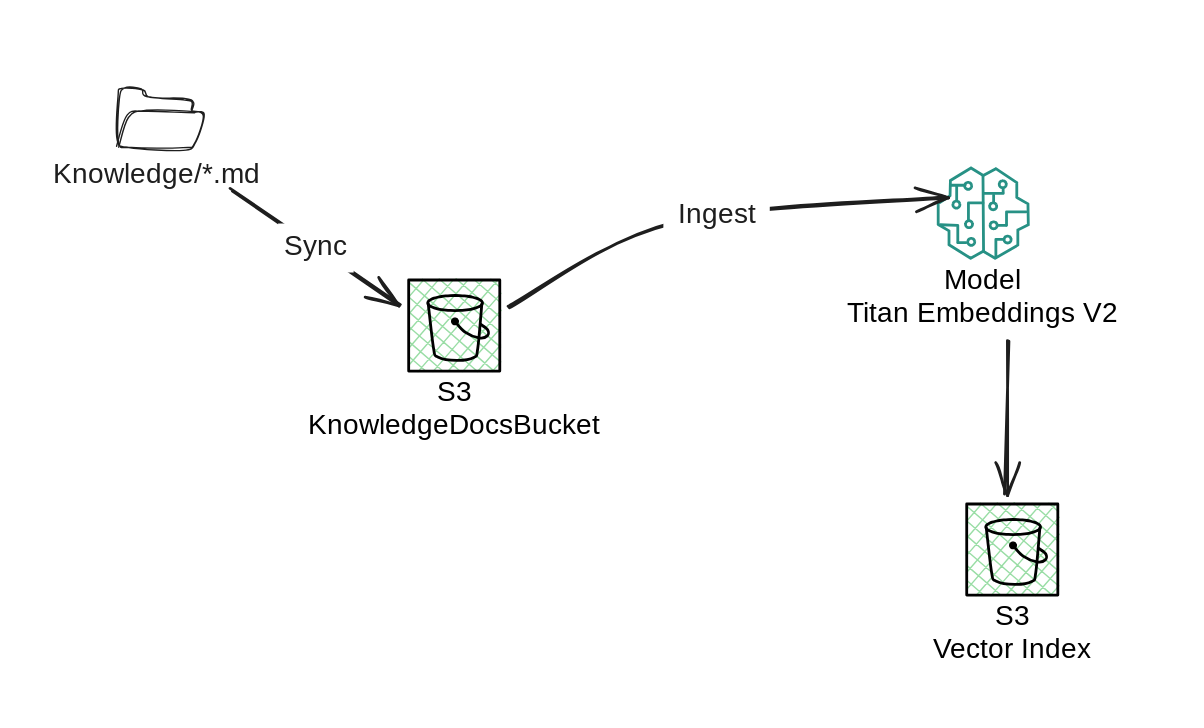
Earlier version of the Excalidraw export docs/diagrams/03-knowledge-indexing.svg (majidln/triage-desk-bedrock-serverless). Source tidied: one line per element, renumbered; positions are measured from the earlier drawing's top-left corner, leaving out a move shared by most shapes.
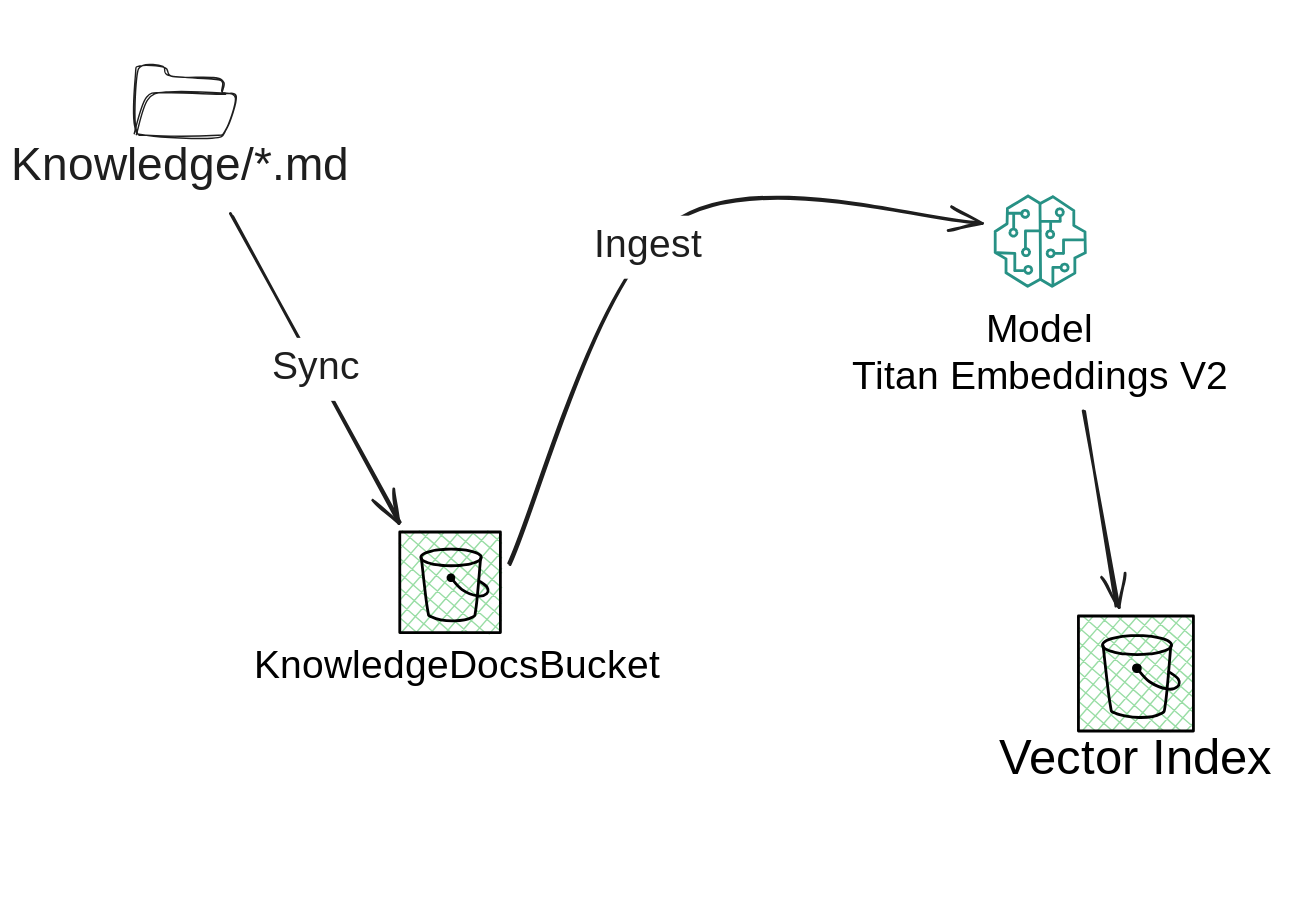
Later version of the same file.

Change to the diagram source:
```diff
@@ -1,44 +1,44 @@
-{"id": 0, "type": "ellipse", "strokeColor": "#1e1e1e", "strokeWidth": 1, "roughness": 1, "opacity": 0, "x": 55, "y": 40, "width": 117, "height": 117}
+{"id": 0, "type": "ellipse", "strokeColor": "#1e1e1e", "strokeWidth": 1, "roughness": 1, "opacity": 0, "x": 63, "y": 240, "width": 137, "height": 137}
-{"id": 1, "type": "text", "text": "Knowledge/*.md", "strokeColor": "#1e1e1e", "strokeWidth": 1, "roughness": 1, "fontSize": 20, "fontFamily": 1, "textAlign": "center", "x": 40, "y": 113, "width": 143, "height": 25}
+{"id": 1, "type": "text", "text": "Knowledge/*.md", "strokeColor": "#1e1e1e", "strokeWidth": 1, "roughness": 1, "fontSize": 32.8, "fontFamily": 1, "textAlign": "center", "x": 11, "y": 320, "width": 235, "height": 41}
-{"id": 2, "type": "line", "strokeColor": "#1e1e1e", "strokeWidth": 1, "roughness": 1, "round": true, "x": 85, "y": 105, "width": 54, "height": 25, "points": [[0, 0], [7, -21], [19, -25], [54, -24]]}
+{"id": 2, "type": "line", "strokeColor": "#1e1e1e", "strokeWidth": 1, "roughness": 1, "round": true, "x": 97, "y": 316, "width": 64, "height": 29, "points": [[0, 0], [8, -25], [22, -29], [64, -28]]}
-{"id": 3, "type": "line", "strokeColor": "#1e1e1e", "strokeWidth": 1, "roughness": 1, "round": true, "x": 138, "y": 80, "width": 61, "height": 43, "points": [[0, 0], [7, 3], [2, 23], [-7, 27], [-46, 27], [-54, 21], [-54, -10], [-51, -16], [-37, -17], [-32, -10], [-7, -10], [0, -7], [0, 0]]}
+{"id": 3, "type": "line", "strokeColor": "#1e1e1e", "strokeWidth": 1, "roughness": 1, "round": true, "x": 160, "y": 286, "width": 72, "height": 50, "points": [[0, 0], [8, 4], [2, 26], [-8, 31], [-54, 31], [-63, 24], [-64, -12], [-59, -19], [-43, -19], [-37, -11], [-8, -12], [0, -8], [0, 0]]}
-{"id": 4, "type": "rectangle", "strokeColor": "#000000", "backgroundColor": "#40c05788", "fillStyle": "cross-hatch", "strokeWidth": 2, "roughness": 0, "x": 292, "y": 200, "width": 65, "height": 65}
+{"id": 4, "type": "rectangle", "strokeColor": "#000000", "backgroundColor": "#40c05788", "fillStyle": "cross-hatch", "strokeWidth": 2, "roughness": 0, "x": 286, "y": 600, "width": 72, "height": 72}
-{"id": 5, "type": "ellipse", "strokeColor": "#000000", "strokeWidth": 2, "roughness": 0, "round": true, "x": 306, "y": 211, "width": 39, "height": 11}
+{"id": 5, "type": "ellipse", "strokeColor": "#000000", "strokeWidth": 2, "roughness": 0, "round": true, "x": 301, "y": 612, "width": 43, "height": 12}
-{"id": 6, "type": "line", "strokeColor": "#000000", "strokeWidth": 2, "roughness": 0, "round": true, "x": 306, "y": 217, "width": 38, "height": 40, "points": [[0, 0], [4, 32], [7, 38], [20, 40], [33, 38], [35, 32], [38, 0]]}
+{"id": 6, "type": "line", "strokeColor": "#000000", "strokeWidth": 2, "roughness": 0, "round": true, "x": 301, "y": 619, "width": 42, "height": 45, "points": [[0, 0], [4, 36], [7, 42], [22, 45], [36, 42], [39, 35], [42, 0]]}
-{"id": 7, "type": "ellipse", "strokeColor": "#000000", "backgroundColor": "#000", "fillStyle": "solid", "strokeWidth": 1, "roughness": 0, "round": true, "x": 323, "y": 227, "width": 5, "height": 5}
+{"id": 7, "type": "ellipse", "strokeColor": "#000000", "backgroundColor": "#000", "fillStyle": "solid", "strokeWidth": 1, "roughness": 0, "round": true, "x": 320, "y": 630, "width": 5, "height": 5}
-{"id": 8, "type": "line", "strokeColor": "#000000", "backgroundColor": "#000", "fillStyle": "solid", "strokeWidth": 2, "roughness": 0, "round": true, "x": 325, "y": 230, "width": 23, "height": 12, "points": [[0, 0], [7, 7], [17, 12], [23, 10], [23, 6], [18, 2]]}
+{"id": 8, "type": "line", "strokeColor": "#000000", "backgroundColor": "#000", "fillStyle": "solid", "strokeWidth": 2, "roughness": 0, "round": true, "x": 322, "y": 633, "width": 26, "height": 13, "points": [[0, 0], [8, 8], [19, 13], [25, 11], [26, 7], [20, 2]]}
-{"id": 9, "type": "text", "text": "S3\nKnowledgeDocsBucket", "strokeColor": "#000000", "strokeWidth": 1, "roughness": 1, "fontSize": 20, "fontFamily": 1, "textAlign": "center", "x": 220, "y": 269, "width": 209, "height": 48}
+{"id": 9, "type": "text", "text": "KnowledgeDocsBucket", "strokeColor": "#000000", "strokeWidth": 1, "roughness": 1, "fontSize": 28, "fontFamily": 1, "textAlign": "center", "x": 180, "y": 680, "width": 292, "height": 34}
-{"id": 10, "type": "arrow", "strokeColor": "#1e1e1e", "backgroundColor": "#ffc9c9", "fillStyle": "hachure", "strokeWidth": 2, "roughness": 1, "endArrowhead": "arrow", "round": true, "from": 0, "to": 4, "x": 165, "y": 136, "width": 121, "height": 83, "points": [[0, 0], [121, 83]]}
+{"id": 10, "type": "arrow", "strokeColor": "#1e1e1e", "backgroundColor": "#ffc9c9", "fillStyle": "hachure", "strokeWidth": 2, "roughness": 1, "endArrowhead": "arrow", "round": true, "from": 0, "to": 4, "x": 166, "y": 374, "width": 120, "height": 220, "points": [[0, 0], [120, 220]]}
-{"id": 11, "type": "text", "text": "Sync", "strokeColor": "#1e1e1e", "backgroundColor": "#ffc9c9", "fillStyle": "hachure", "strokeWidth": 2, "roughness": 1, "fontSize": 20, "fontFamily": 8, "textAlign": "center", "verticalAlign": "middle", "inside": 10, "x": 264, "y": 205, "width": 44, "height": 25}
+{"id": 11, "type": "text", "text": "Sync", "strokeColor": "#1e1e1e", "backgroundColor": "#ffc9c9", "fillStyle": "hachure", "strokeWidth": 2, "roughness": 1, "fontSize": 28, "fontFamily": 8, "textAlign": "center", "verticalAlign": "middle", "inside": 10, "x": 195, "y": 380, "width": 62, "height": 35}
-{"id": 12, "type": "rectangle", "strokeColor": "#000000", "backgroundColor": "#40c05788", "fillStyle": "cross-hatch", "strokeWidth": 2, "roughness": 0, "x": 691, "y": 360, "width": 65, "height": 65}
+{"id": 12, "type": "rectangle", "strokeColor": "#000000", "backgroundColor": "#40c05788", "fillStyle": "cross-hatch", "strokeWidth": 2, "roughness": 0, "x": 770, "y": 660, "width": 82, "height": 82}
-{"id": 13, "type": "ellipse", "strokeColor": "#000000", "strokeWidth": 2, "roughness": 0, "round": true, "x": 704, "y": 371, "width": 39, "height": 11}
+{"id": 13, "type": "ellipse", "strokeColor": "#000000", "strokeWidth": 2, "roughness": 0, "round": true, "x": 787, "y": 674, "width": 49, "height": 14}
-{"id": 14, "type": "line", "strokeColor": "#000000", "strokeWidth": 2, "roughness": 0, "round": true, "x": 704, "y": 377, "width": 38, "height": 40, "points": [[0, 0], [4, 32], [7, 38], [20, 40], [33, 38], [35, 32], [38, 0]]}
+{"id": 14, "type": "line", "strokeColor": "#000000", "strokeWidth": 2, "roughness": 0, "round": true, "x": 788, "y": 681, "width": 48, "height": 51, "points": [[0, 0], [5, 41], [9, 48], [26, 51], [41, 48], [45, 40], [48, 0]]}
-{"id": 15, "type": "ellipse", "strokeColor": "#000000", "backgroundColor": "#000", "fillStyle": "solid", "strokeWidth": 1, "roughness": 0, "round": true, "x": 721, "y": 387, "width": 5, "height": 5}
+{"id": 15, "type": "ellipse", "strokeColor": "#000000", "backgroundColor": "#000", "fillStyle": "solid", "strokeWidth": 1, "roughness": 0, "round": true, "x": 809, "y": 694, "width": 6, "height": 6}
-{"id": 16, "type": "line", "strokeColor": "#000000", "backgroundColor": "#000", "fillStyle": "solid", "strokeWidth": 2, "roughness": 0, "round": true, "x": 724, "y": 390, "width": 23, "height": 12, "points": [[0, 0], [7, 7], [17, 12], [23, 10], [23, 6], [18, 2]]}
+{"id": 16, "type": "line", "strokeColor": "#000000", "backgroundColor": "#000", "fillStyle": "solid", "strokeWidth": 2, "roughness": 0, "round": true, "x": 812, "y": 698, "width": 29, "height": 15, "points": [[0, 0], [9, 9], [21, 15], [29, 13], [29, 7], [23, 2]]}
-{"id": 17, "type": "text", "text": "S3\nVector Index", "strokeColor": "#000000", "strokeWidth": 1, "roughness": 1, "fontSize": 20, "fontFamily": 1, "textAlign": "center", "x": 660, "y": 429, "width": 126, "height": 48}
+{"id": 17, "type": "text", "text": "\nVector Index", "strokeColor": "#000000", "strokeWidth": 1, "roughness": 1, "fontSize": 35.34, "fontFamily": 1, "textAlign": "center", "x": 700, "y": 700, "width": 223, "height": 85}
-{"id": 18, "type": "line", "strokeColor": "#279185", "strokeWidth": 2, "roughness": 0, "x": 679, "y": 129, "width": 64, "height": 65, "points": [[0, 0], [15, -9], [23, -4], [32, -8], [47, 1], [47, 12], [55, 17], [56, 32], [48, 35], [48, 46], [32, 56], [23, 50], [14, 56], [-1, 46], [-1, 36], [-9, 31], [-9, 16], [0, 11], [0, 0]]}
+{"id": 18, "type": "line", "strokeColor": "#279185", "strokeWidth": 2, "roughness": 0, "x": 720, "y": 369, "width": 64, "height": 65, "points": [[0, 0], [15, -9], [23, -4], [32, -8], [47, 1], [47, 12], [55, 17], [56, 32], [48, 35], [48, 46], [32, 56], [23, 50], [14, 56], [-1, 46], [-1, 36], [-9, 31], [-9, 16], [0, 11], [0, 0]]}
-{"id": 19, "type": "ellipse", "strokeColor": "#279185", "strokeWidth": 2, "roughness": 0, "x": 714, "y": 129, "width": 5, "height": 5}
+{"id": 19, "type": "ellipse", "strokeColor": "#279185", "strokeWidth": 2, "roughness": 0, "x": 754, "y": 369, "width": 5, "height": 5}
-{"id": 20, "type": "ellipse", "strokeColor": "#279185", "strokeWidth": 2, "roughness": 0, "x": 707, "y": 145, "width": 5, "height": 5}
+{"id": 20, "type": "ellipse", "strokeColor": "#279185", "strokeWidth": 2, "roughness": 0, "x": 748, "y": 385, "width": 5, "height": 5}
-{"id": 21, "type": "ellipse", "strokeColor": "#279185", "strokeWidth": 2, "roughness": 0, "x": 717, "y": 169, "width": 5, "height": 5}
+{"id": 21, "type": "ellipse", "strokeColor": "#279185", "strokeWidth": 2, "roughness": 0, "x": 758, "y": 409, "width": 5, "height": 5}
-{"id": 22, "type": "ellipse", "strokeColor": "#279185", "strokeWidth": 2, "roughness": 0, "x": 707, "y": 158, "width": 5, "height": 5}
+{"id": 22, "type": "ellipse", "strokeColor": "#279185", "strokeWidth": 2, "roughness": 0, "x": 748, "y": 398, "width": 5, "height": 5}
-{"id": 23, "type": "ellipse", "strokeColor": "#279185", "strokeWidth": 2, "roughness": 0, "x": 691, "y": 170, "width": 5, "height": 5}
+{"id": 23, "type": "ellipse", "strokeColor": "#279185", "strokeWidth": 2, "roughness": 0, "x": 732, "y": 410, "width": 5, "height": 5}
-{"id": 24, "type": "ellipse", "strokeColor": "#279185", "strokeWidth": 2, "roughness": 0, "x": 689, "y": 130, "width": 5, "height": 5}
+{"id": 24, "type": "ellipse", "strokeColor": "#279185", "strokeWidth": 2, "roughness": 0, "x": 730, "y": 370, "width": 5, "height": 5}
-{"id": 25, "type": "ellipse", "strokeColor": "#279185", "strokeWidth": 2, "roughness": 0, "x": 690, "y": 158, "width": 5, "height": 5}
+{"id": 25, "type": "ellipse", "strokeColor": "#279185", "strokeWidth": 2, "roughness": 0, "x": 730, "y": 398, "width": 5, "height": 5}
-{"id": 26, "type": "ellipse", "strokeColor": "#279185", "strokeWidth": 2, "roughness": 0, "x": 681, "y": 144, "width": 5, "height": 5}
+{"id": 26, "type": "ellipse", "strokeColor": "#279185", "strokeWidth": 2, "roughness": 0, "x": 721, "y": 384, "width": 5, "height": 5}
-{"id": 27, "type": "arrow", "strokeColor": "#1e1e1e", "backgroundColor": "#ffc9c9", "fillStyle": "hachure", "strokeWidth": 2, "roughness": 1, "endArrowhead": "arrow", "round": true, "from": 4, "to": 26, "x": 363, "y": 220, "width": 313, "height": 78, "points": [[0, 0], [117, -60], [313, -78]]}
+{"id": 27, "type": "arrow", "strokeColor": "#1e1e1e", "backgroundColor": "#ffc9c9", "fillStyle": "hachure", "strokeWidth": 2, "roughness": 1, "endArrowhead": "arrow", "round": true, "from": 4, "x": 363, "y": 623, "width": 337, "height": 243, "points": [[0, 0], [117, -243], [337, -243]]}
-{"id": 28, "type": "text", "text": "Ingest", "strokeColor": "#1e1e1e", "backgroundColor": "#ffc9c9", "fillStyle": "hachure", "strokeWidth": 2, "roughness": 1, "fontSize": 20, "fontFamily": 8, "textAlign": "center", "verticalAlign": "middle", "inside": 27, "x": 539, "y": 182, "width": 66, "height": 25}
+{"id": 28, "type": "text", "text": "Ingest", "strokeColor": "#1e1e1e", "backgroundColor": "#ffc9c9", "fillStyle": "hachure", "strokeWidth": 2, "roughness": 1, "fontSize": 28, "fontFamily": 8, "textAlign": "center", "verticalAlign": "middle", "inside": 27, "x": 466, "y": 357, "width": 92, "height": 35}
-{"id": 29, "type": "line", "strokeColor": "#279185", "strokeWidth": 2, "roughness": 0, "x": 710, "y": 139, "width": 0, "height": 5, "points": [[0, 0], [0, 5]]}
+{"id": 29, "type": "line", "strokeColor": "#279185", "strokeWidth": 2, "roughness": 0, "x": 750, "y": 379, "width": 0, "height": 5, "points": [[0, 0], [0, 5]]}
-{"id": 30, "type": "line", "strokeColor": "#279185", "strokeWidth": 2, "roughness": 0, "x": 679, "y": 132, "width": 10, "height": 0, "points": [[0, 0], [10, 0]]}
+{"id": 30, "type": "line", "strokeColor": "#279185", "strokeWidth": 2, "roughness": 0, "x": 720, "y": 372, "width": 10, "height": 0, "points": [[0, 0], [10, 0]]}
-{"id": 31, "type": "line", "strokeColor": "#279185", "strokeWidth": 2, "roughness": 0, "x": 702, "y": 126, "width": 0, "height": 54, "points": [[0, 0], [0, 54]]}
+{"id": 31, "type": "line", "strokeColor": "#279185", "strokeWidth": 2, "roughness": 0, "x": 743, "y": 366, "width": 0, "height": 54, "points": [[0, 0], [0, 54]]}
-{"id": 32, "type": "line", "strokeColor": "#279185", "strokeWidth": 2, "roughness": 0, "x": 703, "y": 138, "width": 14, "height": 0, "points": [[0, 0], [14, 0]]}
+{"id": 32, "type": "line", "strokeColor": "#279185", "strokeWidth": 2, "roughness": 0, "x": 743, "y": 378, "width": 14, "height": 0, "points": [[0, 0], [14, 0]]}
-{"id": 33, "type": "line", "strokeColor": "#279185", "strokeWidth": 2, "roughness": 0, "x": 733, "y": 151, "width": 14, "height": 10, "points": [[0, 0], [-14, 0], [-14, 10]]}
+{"id": 33, "type": "line", "strokeColor": "#279185", "strokeWidth": 2, "roughness": 0, "x": 774, "y": 391, "width": 14, "height": 10, "points": [[0, 0], [-14, 0], [-14, 10]]}
-{"id": 34, "type": "line", "strokeColor": "#279185", "strokeWidth": 2, "roughness": 0, "x": 713, "y": 161, "width": 6, "height": 0, "points": [[0, 0], [6, 0]]}
+{"id": 34, "type": "line", "strokeColor": "#279185", "strokeWidth": 2, "roughness": 0, "x": 754, "y": 401, "width": 6, "height": 0, "points": [[0, 0], [6, 0]]}
-{"id": 35, "type": "line", "strokeColor": "#279185", "strokeWidth": 2, "roughness": 0, "x": 717, "y": 138, "width": 0, "height": 3, "points": [[0, 0], [0, -3]]}
+{"id": 35, "type": "line", "strokeColor": "#279185", "strokeWidth": 2, "roughness": 0, "x": 757, "y": 378, "width": 0, "height": 3, "points": [[0, 0], [0, -3]]}
-{"id": 36, "type": "line", "strokeColor": "#279185", "strokeWidth": 2, "roughness": 0, "x": 683, "y": 133, "width": 0, "height": 10, "points": [[0, 0], [0, 10]]}
+{"id": 36, "type": "line", "strokeColor": "#279185", "strokeWidth": 2, "roughness": 0, "x": 724, "y": 373, "width": 0, "height": 10, "points": [[0, 0], [0, 10]]}
-{"id": 37, "type": "line", "strokeColor": "#279185", "strokeWidth": 2, "roughness": 0, "x": 702, "y": 145, "width": 10, "height": 12, "points": [[0, 0], [-10, 0], [-10, 12]]}
+{"id": 37, "type": "line", "strokeColor": "#279185", "strokeWidth": 2, "roughness": 0, "x": 743, "y": 385, "width": 10, "height": 12, "points": [[0, 0], [-10, 0], [-10, 12]]}
-{"id": 38, "type": "line", "strokeColor": "#279185", "strokeWidth": 2, "roughness": 0, "x": 672, "y": 161, "width": 12, "height": 13, "points": [[0, 0], [12, 0], [12, 13]]}
+{"id": 38, "type": "line", "strokeColor": "#279185", "strokeWidth": 2, "roughness": 0, "x": 712, "y": 401, "width": 12, "height": 13, "points": [[0, 0], [12, 0], [12, 13]]}
-{"id": 39, "type": "line", "strokeColor": "#279185", "strokeWidth": 2, "roughness": 0, "x": 690, "y": 173, "width": 6, "height": 0, "points": [[0, 0], [-6, 0]]}
+{"id": 39, "type": "line", "strokeColor": "#279185", "strokeWidth": 2, "roughness": 0, "x": 731, "y": 413, "width": 6, "height": 0, "points": [[0, 0], [-6, 0]]}
-{"id": 40, "type": "line", "strokeColor": "#279185", "strokeWidth": 2, "roughness": 0, "x": 711, "y": 183, "width": 6, "height": 12, "points": [[0, 0], [0, -12], [6, -12]]}
+{"id": 40, "type": "line", "strokeColor": "#279185", "strokeWidth": 2, "roughness": 0, "x": 752, "y": 423, "width": 6, "height": 12, "points": [[0, 0], [0, -12], [6, -12]]}
-{"id": 41, "type": "text", "text": "Model\nTitan Embeddings V2", "strokeColor": "#000000", "strokeWidth": 1, "roughness": 1, "fontSize": 20, "fontFamily": 1, "textAlign": "center", "x": 600, "y": 189, "width": 204, "height": 48}
+{"id": 41, "type": "text", "text": "Model\nTitan Embeddings V2", "strokeColor": "#000000", "strokeWidth": 1, "roughness": 1, "fontSize": 28, "fontFamily": 1, "textAlign": "center", "x": 600, "y": 440, "width": 285, "height": 67}
-{"id": 42, "type": "arrow", "strokeColor": "#1e1e1e", "backgroundColor": "#ffc9c9", "fillStyle": "hachure", "strokeWidth": 2, "roughness": 1, "endArrowhead": "arrow", "round": true, "from": 41, "to": 12, "x": 720, "y": 243, "width": 2, "height": 111, "points": [[0, 0], [-2, 111]]}
+{"id": 42, "type": "arrow", "strokeColor": "#1e1e1e", "backgroundColor": "#ffc9c9", "fillStyle": "hachure", "strokeWidth": 2, "roughness": 1, "endArrowhead": "arrow", "round": true, "from": 41, "to": 12, "x": 774, "y": 513, "width": 24, "height": 141, "points": [[0, 0], [24, 141]]}
-{"id": 43, "type": "frame", "strokeColor": "#bbb", "strokeWidth": 2, "roughness": 0, "x": 0, "y": 0, "width": 860, "height": 520}
+{"id": 43, "type": "frame", "strokeColor": "#bbb", "strokeWidth": 2, "roughness": 0, "x": 0, "y": 220, "width": 940, "height": 660}
```
